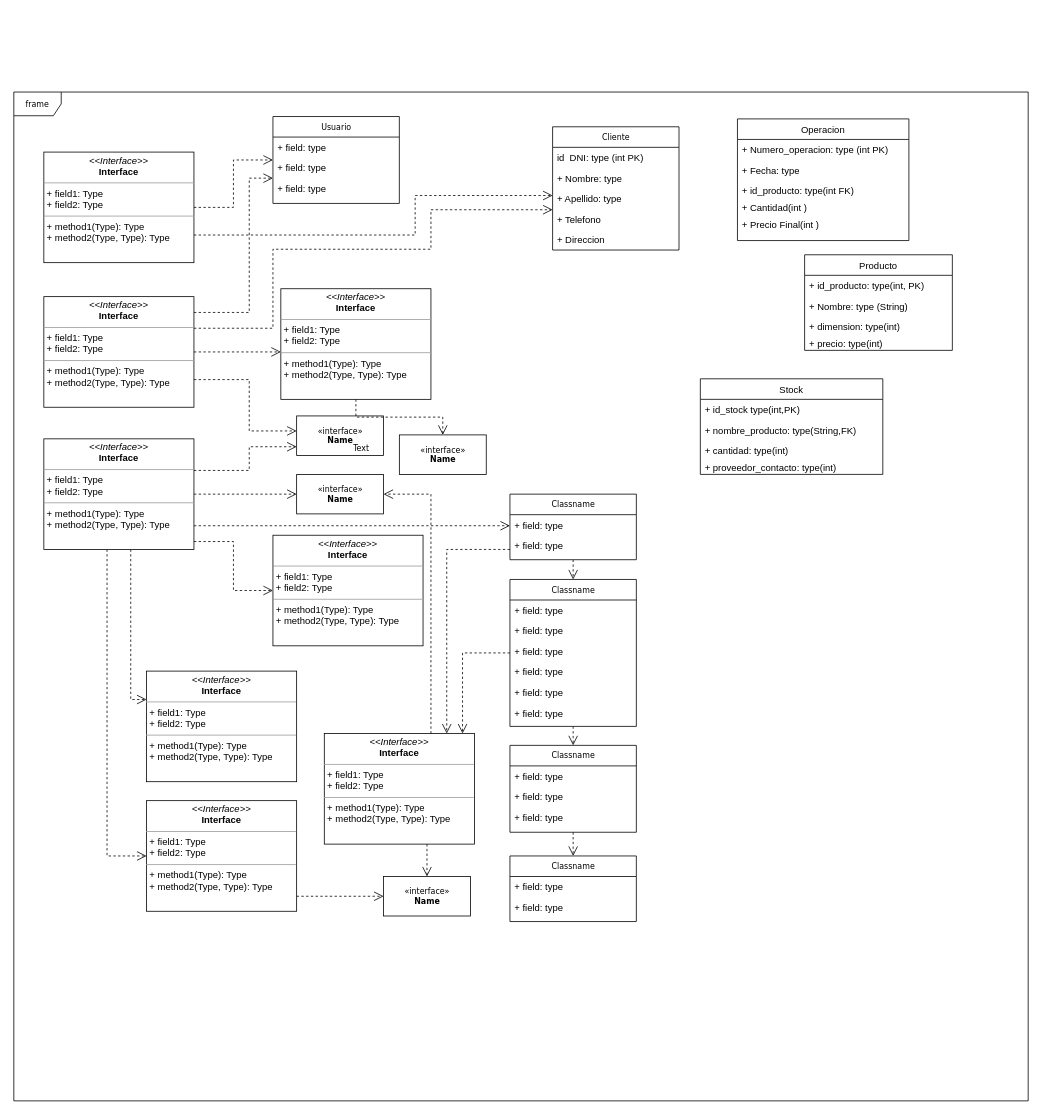
This is Untitled Diagram.drawio from marcosluduea89/proyecto_programador, a draw.io file, before an edit. Source tidied: cells renumbered, new cells numbered last; positions are measured from the earlier drawing's top-left corner, leaving out a move shared by most shapes. Both pictures are drawn from the tidied source at 79%, with x=0, y=0 at pixel (13, 92).
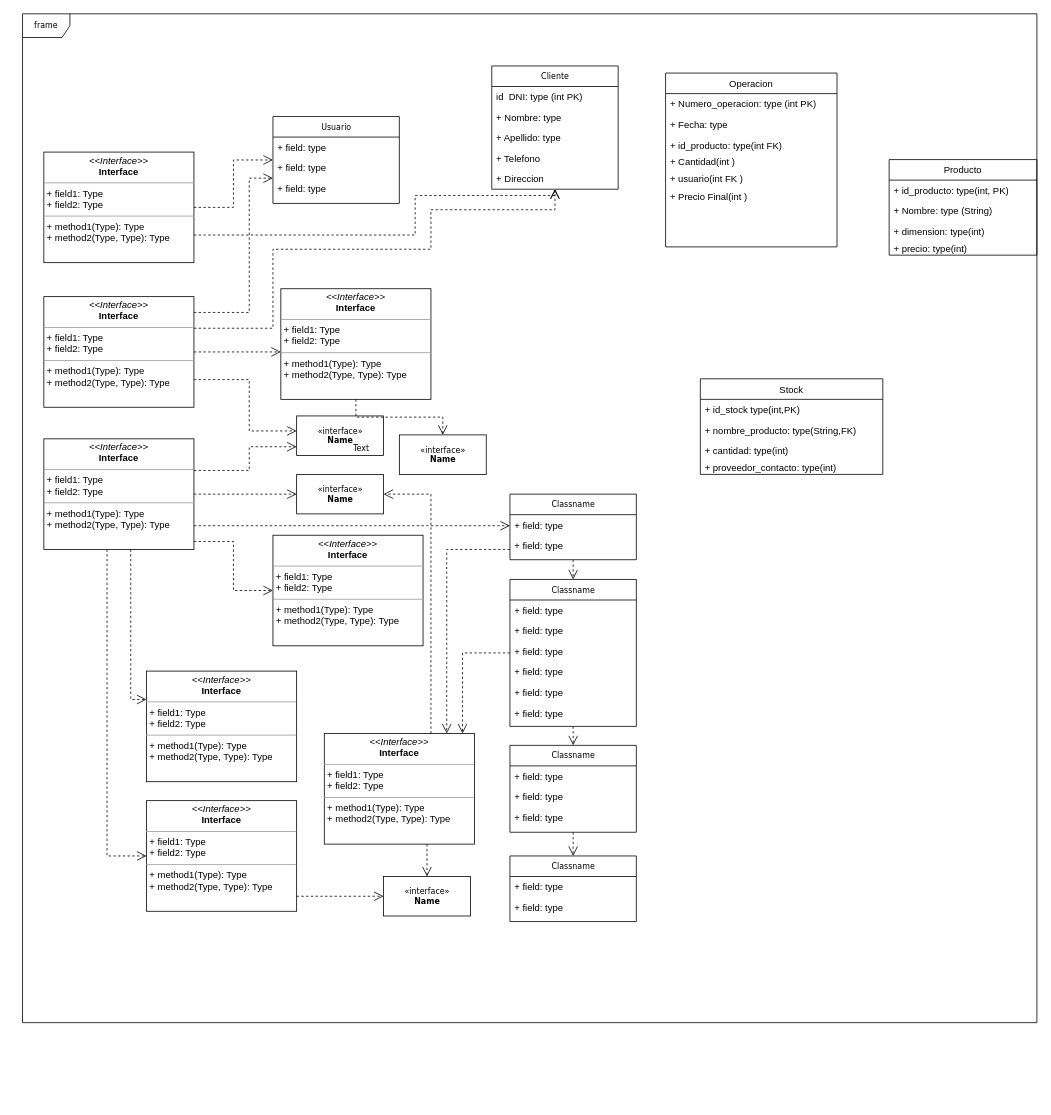
Above is the later version.

Change to the diagram source:
```diff
@@
     <mxCell id="2" value="frame" style="shape=umlFrame;whiteSpace=wrap;html=1;rounded=0;shadow=0;comic=0;labelBackgroundColor=none;strokeWidth=1;fontFamily=Verdana;fontSize=10;align=center;" parent="1" vertex="1">
-      <mxGeometry width="1284" height="1277" as="geometry" />
+      <mxGeometry x="11" y="-99" width="1284" height="1277" as="geometry" />
     </mxCell>
@@
     <mxCell id="16" value="Cliente" style="swimlane;html=1;fontStyle=0;horizontal=1;startSize=26;fillColor=none;swimlaneFillColor=#ffffff;rounded=0;shadow=0;comic=0;labelBackgroundColor=none;strokeWidth=1;fontFamily=Verdana;fontSize=10;align=center;" parent="1" vertex="1">
-      <mxGeometry x="682" y="44" width="160" height="156" as="geometry" />
+      <mxGeometry x="605" y="-33" width="160" height="156" as="geometry" />
     </mxCell>
@@
     <mxCell id="64" value="Producto" style="swimlane;fontStyle=0;horizontal=1;startSize=26;fillColor=none;" parent="1" vertex="1">
-      <mxGeometry x="1001" y="206" width="187" height="121" as="geometry" />
+      <mxGeometry x="1108" y="85.5" width="187" height="121" as="geometry" />
     </mxCell>
@@
     <mxCell id="69" value="Operacion" style="swimlane;fontStyle=0;horizontal=1;startSize=26;fillColor=none;" parent="1" vertex="1">
-      <mxGeometry x="916" y="34" width="217" height="154" as="geometry" />
+      <mxGeometry x="825" y="-24" width="217" height="220" as="geometry" />
     </mxCell>
@@
+    <mxCell id="80" value="+ usuario(int FK )" style="text;strokeColor=none;fillColor=none;align=left;verticalAlign=top;spacingLeft=4;spacingRight=4;overflow=hidden;" parent="69" vertex="1">
+      <mxGeometry y="121" width="217" height="22" as="geometry" />
+    </mxCell>
     <mxCell id="74" value="+ Precio Final(int )" style="text;strokeColor=none;fillColor=none;align=left;verticalAlign=top;spacingLeft=4;spacingRight=4;overflow=hidden;" parent="69" vertex="1">
-      <mxGeometry y="121" width="217" height="33" as="geometry" />
+      <mxGeometry y="143" width="217" height="77" as="geometry" />
     </mxCell>
```
